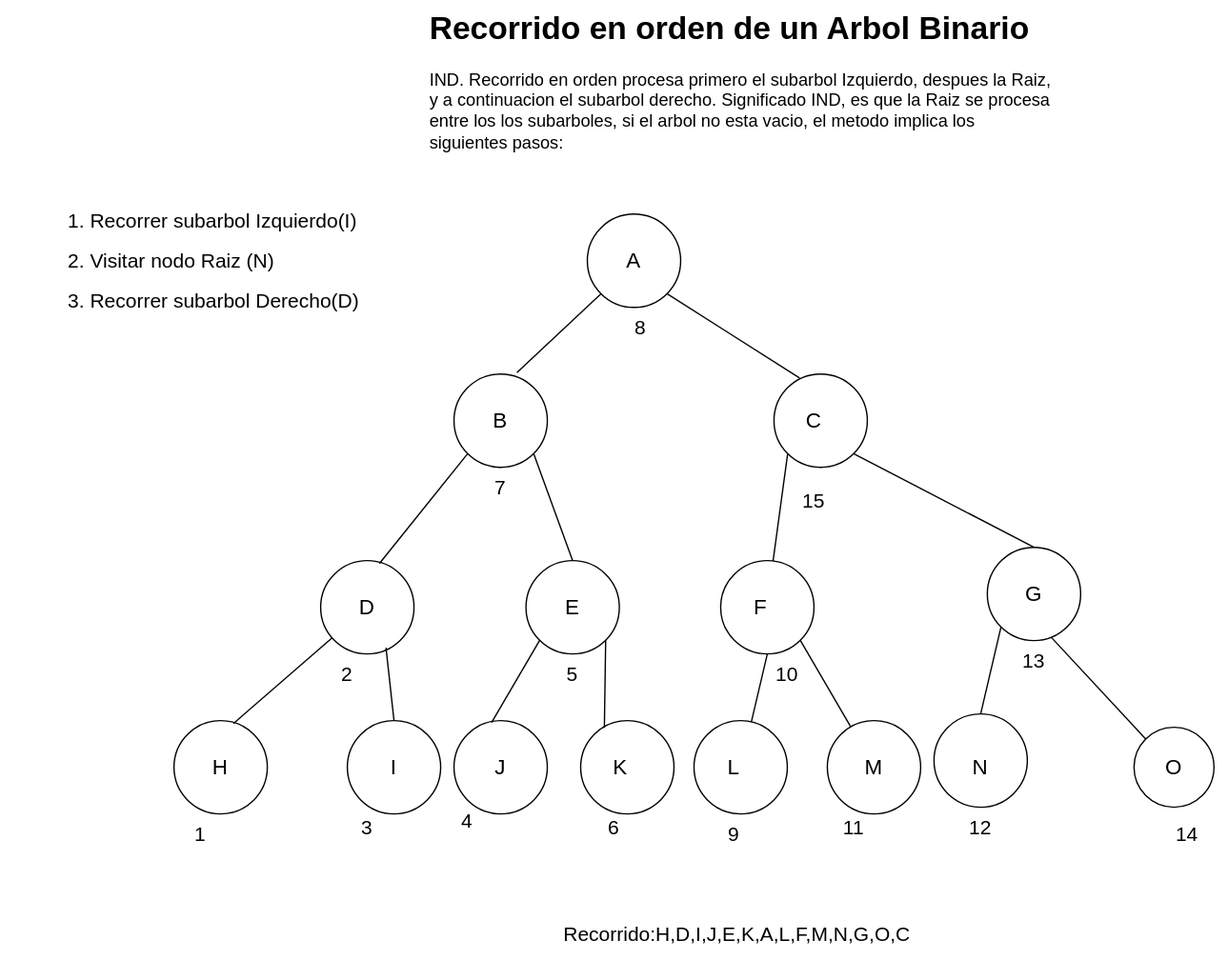
Before: Estructura-de-datos/Arboles/enorden.drawio.svg, a diagram exported from draw.io (Nordcode-cyber/Algoritmos-Estructdatos). Source tidied: cells renumbered, new cells last; positions are measured from the earlier drawing's top-left corner, leaving out a move shared by most shapes.
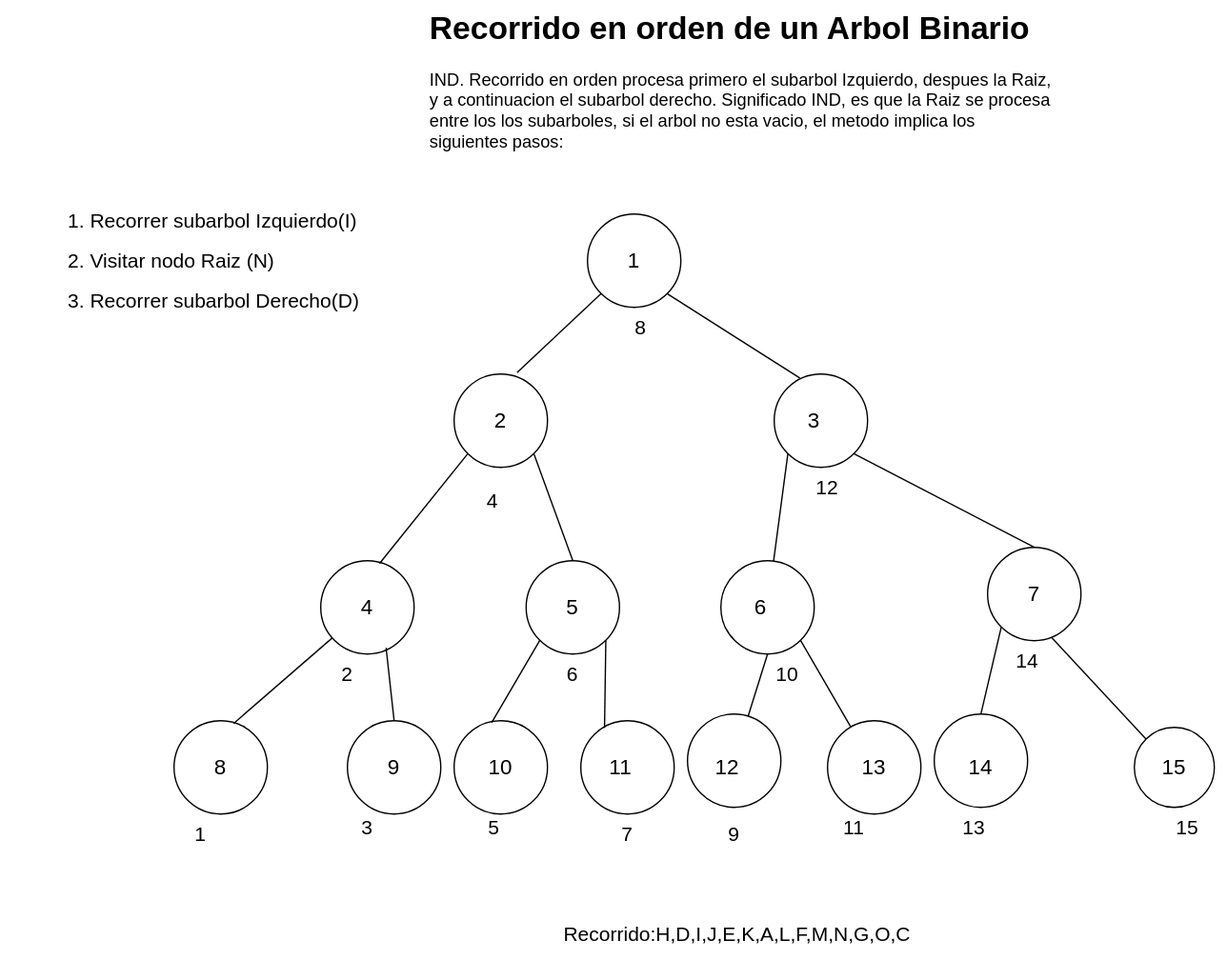
Above is the later version.

What changed in the source:
```diff
@@ -47,25 +47,25 @@
     <mxCell id="16" style="endArrow=none;html=1;exitX=0.5;exitY=0;exitDx=0;exitDy=0;entryX=1;entryY=1;entryDx=0;entryDy=0;" parent="1" edge="1" source="10" target="6">
       <mxGeometry relative="1" as="geometry" />
     </mxCell>
-    <mxCell id="17" value="&lt;font style=&quot;font-size: 16px; color: light-dark(rgb(0, 0, 0), rgb(102, 255, 102));&quot;&gt;A&lt;/font&gt;" style="text;html=1;align=center;verticalAlign=middle;whiteSpace=wrap;rounded=0;" parent="1" vertex="1">
+    <mxCell id="17" value="&lt;font style=&quot;font-size: 16px; color: light-dark(rgb(0, 0, 0), rgb(102, 255, 102));&quot;&gt;1&lt;/font&gt;" style="text;html=1;align=center;verticalAlign=middle;whiteSpace=wrap;rounded=0;" parent="1" vertex="1">
       <mxGeometry x="445" y="180" width="60" height="30" as="geometry" />
     </mxCell>
-    <mxCell id="18" value="&lt;font style=&quot;font-size: 16px; color: light-dark(rgb(0, 0, 0), rgb(102, 255, 102));&quot;&gt;B&lt;/font&gt;" style="text;html=1;align=center;verticalAlign=middle;whiteSpace=wrap;rounded=0;" parent="1" vertex="1">
+    <mxCell id="18" value="&lt;font style=&quot;font-size: 16px; color: light-dark(rgb(0, 0, 0), rgb(102, 255, 102));&quot;&gt;2&lt;/font&gt;" style="text;html=1;align=center;verticalAlign=middle;whiteSpace=wrap;rounded=0;" parent="1" vertex="1">
       <mxGeometry x="345" y="300" width="60" height="30" as="geometry" />
     </mxCell>
-    <mxCell id="19" value="&lt;font style=&quot;font-size: 16px; color: light-dark(rgb(0, 0, 0), rgb(102, 255, 102));&quot;&gt;C&lt;/font&gt;" style="text;html=1;align=center;verticalAlign=middle;whiteSpace=wrap;rounded=0;" parent="1" vertex="1">
+    <mxCell id="19" value="&lt;font style=&quot;font-size: 16px; color: light-dark(rgb(0, 0, 0), rgb(102, 255, 102));&quot;&gt;3&lt;/font&gt;" style="text;html=1;align=center;verticalAlign=middle;whiteSpace=wrap;rounded=0;" parent="1" vertex="1">
       <mxGeometry x="580" y="300" width="60" height="30" as="geometry" />
     </mxCell>
-    <mxCell id="20" value="&lt;font style=&quot;font-size: 16px; color: light-dark(rgb(0, 0, 0), rgb(102, 255, 102));&quot;&gt;D&lt;/font&gt;" style="text;html=1;align=center;verticalAlign=middle;whiteSpace=wrap;rounded=0;" parent="1" vertex="1">
+    <mxCell id="20" value="&lt;font style=&quot;font-size: 16px; color: light-dark(rgb(0, 0, 0), rgb(102, 255, 102));&quot;&gt;4&lt;/font&gt;" style="text;html=1;align=center;verticalAlign=middle;whiteSpace=wrap;rounded=0;" parent="1" vertex="1">
       <mxGeometry x="245" y="440" width="60" height="30" as="geometry" />
     </mxCell>
-    <mxCell id="21" value="&lt;font style=&quot;font-size: 16px; color: light-dark(rgb(0, 0, 0), rgb(102, 255, 102));&quot;&gt;E&lt;/font&gt;" style="text;html=1;align=center;verticalAlign=middle;whiteSpace=wrap;rounded=0;" parent="1" vertex="1">
+    <mxCell id="21" value="&lt;font style=&quot;font-size: 16px; color: light-dark(rgb(0, 0, 0), rgb(102, 255, 102));&quot;&gt;5&lt;/font&gt;" style="text;html=1;align=center;verticalAlign=middle;whiteSpace=wrap;rounded=0;" parent="1" vertex="1">
       <mxGeometry x="399" y="440" width="60" height="30" as="geometry" />
     </mxCell>
-    <mxCell id="22" value="&lt;font style=&quot;font-size: 16px; color: light-dark(rgb(0, 0, 0), rgb(102, 255, 102));&quot;&gt;F&lt;/font&gt;" style="text;html=1;align=center;verticalAlign=middle;whiteSpace=wrap;rounded=0;" parent="1" vertex="1">
+    <mxCell id="22" value="&lt;font style=&quot;font-size: 16px; color: light-dark(rgb(0, 0, 0), rgb(102, 255, 102));&quot;&gt;6&lt;/font&gt;" style="text;html=1;align=center;verticalAlign=middle;whiteSpace=wrap;rounded=0;" parent="1" vertex="1">
       <mxGeometry x="540" y="440" width="60" height="30" as="geometry" />
     </mxCell>
-    <mxCell id="23" value="&lt;font style=&quot;font-size: 16px; color: light-dark(rgb(0, 0, 0), rgb(102, 255, 102));&quot;&gt;G&lt;/font&gt;" style="text;html=1;align=center;verticalAlign=middle;whiteSpace=wrap;rounded=0;" parent="1" vertex="1">
+    <mxCell id="23" value="&lt;font style=&quot;font-size: 16px; color: light-dark(rgb(0, 0, 0), rgb(102, 255, 102));&quot;&gt;7&lt;/font&gt;" style="text;html=1;align=center;verticalAlign=middle;whiteSpace=wrap;rounded=0;" parent="1" vertex="1">
       <mxGeometry x="745" y="430" width="60" height="30" as="geometry" />
     </mxCell>
     <mxCell id="24" value="&lt;font style=&quot;font-size: 15px; color: light-dark(rgb(0, 0, 0), rgb(102, 255, 102));&quot;&gt;Recorrido:H,D,I,J,E,K,A,L,F,M,N,G,O,C&lt;/font&gt;" style="text;html=1;align=center;verticalAlign=middle;whiteSpace=wrap;rounded=0;" parent="1" vertex="1">
@@ -113,34 +113,34 @@
     <mxCell id="38" style="endArrow=none;html=1;entryX=1;entryY=1;entryDx=0;entryDy=0;" parent="1" edge="1" source="29" target="9">
       <mxGeometry relative="1" as="geometry" />
     </mxCell>
-    <mxCell id="39" value="&lt;font style=&quot;font-size: 16px; color: light-dark(rgb(0, 0, 0), rgb(102, 255, 102));&quot;&gt;H&lt;/font&gt;" style="text;html=1;align=center;verticalAlign=middle;whiteSpace=wrap;rounded=0;" parent="1" vertex="1">
+    <mxCell id="39" value="&lt;font style=&quot;font-size: 16px; color: light-dark(rgb(0, 0, 0), rgb(102, 255, 102));&quot;&gt;8&lt;/font&gt;" style="text;html=1;align=center;verticalAlign=middle;whiteSpace=wrap;rounded=0;" parent="1" vertex="1">
       <mxGeometry x="135" y="560" width="60" height="30" as="geometry" />
     </mxCell>
-    <mxCell id="40" value="&lt;font style=&quot;font-size: 16px; color: light-dark(rgb(0, 0, 0), rgb(102, 255, 102));&quot;&gt;I&lt;/font&gt;" style="text;html=1;align=center;verticalAlign=middle;whiteSpace=wrap;rounded=0;" parent="1" vertex="1">
+    <mxCell id="40" value="&lt;font style=&quot;font-size: 16px; color: light-dark(rgb(0, 0, 0), rgb(102, 255, 102));&quot;&gt;9&lt;/font&gt;" style="text;html=1;align=center;verticalAlign=middle;whiteSpace=wrap;rounded=0;" parent="1" vertex="1">
       <mxGeometry x="265" y="560" width="60" height="30" as="geometry" />
     </mxCell>
-    <mxCell id="41" value="&lt;font style=&quot;font-size: 16px; color: light-dark(rgb(0, 0, 0), rgb(102, 255, 102));&quot;&gt;J&lt;/font&gt;" style="text;html=1;align=center;verticalAlign=middle;whiteSpace=wrap;rounded=0;" parent="1" vertex="1">
+    <mxCell id="41" value="&lt;font style=&quot;font-size: 16px; color: light-dark(rgb(0, 0, 0), rgb(102, 255, 102));&quot;&gt;10&lt;/font&gt;" style="text;html=1;align=center;verticalAlign=middle;whiteSpace=wrap;rounded=0;" parent="1" vertex="1">
       <mxGeometry x="345" y="560" width="60" height="30" as="geometry" />
     </mxCell>
-    <mxCell id="42" value="&lt;font style=&quot;font-size: 16px; color: light-dark(rgb(0, 0, 0), rgb(102, 255, 102));&quot;&gt;K&lt;/font&gt;" style="text;html=1;align=center;verticalAlign=middle;whiteSpace=wrap;rounded=0;" parent="1" vertex="1">
+    <mxCell id="42" value="&lt;font style=&quot;font-size: 16px; color: light-dark(rgb(0, 0, 0), rgb(102, 255, 102));&quot;&gt;11&lt;/font&gt;" style="text;html=1;align=center;verticalAlign=middle;whiteSpace=wrap;rounded=0;" parent="1" vertex="1">
       <mxGeometry x="435" y="560" width="60" height="30" as="geometry" />
     </mxCell>
-    <mxCell id="43" value="&lt;font style=&quot;font-size: 16px; color: light-dark(rgb(0, 0, 0), rgb(102, 255, 102));&quot;&gt;L&lt;/font&gt;" style="text;html=1;align=center;verticalAlign=middle;whiteSpace=wrap;rounded=0;" parent="1" vertex="1">
-      <mxGeometry x="520" y="560" width="60" height="30" as="geometry" />
+    <mxCell id="43" value="&lt;font style=&quot;font-size: 16px; color: light-dark(rgb(0, 0, 0), rgb(102, 255, 102));&quot;&gt;12&lt;/font&gt;" style="text;html=1;align=center;verticalAlign=middle;whiteSpace=wrap;rounded=0;" parent="1" vertex="1">
+      <mxGeometry x="515" y="560" width="60" height="30" as="geometry" />
     </mxCell>
-    <mxCell id="44" value="&lt;font style=&quot;font-size: 16px; color: light-dark(rgb(0, 0, 0), rgb(102, 255, 102));&quot;&gt;M&lt;/font&gt;" style="text;html=1;align=center;verticalAlign=middle;whiteSpace=wrap;rounded=0;" parent="1" vertex="1">
+    <mxCell id="44" value="&lt;font style=&quot;font-size: 16px; color: light-dark(rgb(0, 0, 0), rgb(102, 255, 102));&quot;&gt;13&lt;/font&gt;" style="text;html=1;align=center;verticalAlign=middle;whiteSpace=wrap;rounded=0;" parent="1" vertex="1">
       <mxGeometry x="625" y="560" width="60" height="30" as="geometry" />
     </mxCell>
     <mxCell id="45" style="ellipse;whiteSpace=wrap;html=1;fillColor=none;" parent="1" vertex="1">
-      <mxGeometry x="520" y="540" width="70" height="70" as="geometry" />
+      <mxGeometry x="515" y="535" width="70" height="70" as="geometry" />
     </mxCell>
     <mxCell id="46" style="endArrow=none;html=1;entryX=0.5;entryY=1;entryDx=0;entryDy=0;" parent="1" edge="1" source="45" target="9">
       <mxGeometry relative="1" as="geometry" />
     </mxCell>
-    <mxCell id="47" value="&lt;font style=&quot;font-size: 16px; color: light-dark(rgb(0, 0, 0), rgb(102, 255, 102));&quot;&gt;N&lt;/font&gt;" style="text;html=1;align=center;verticalAlign=middle;whiteSpace=wrap;rounded=0;" parent="1" vertex="1">
+    <mxCell id="47" value="&lt;font style=&quot;font-size: 16px; color: light-dark(rgb(0, 0, 0), rgb(102, 255, 102));&quot;&gt;14&lt;/font&gt;" style="text;html=1;align=center;verticalAlign=middle;whiteSpace=wrap;rounded=0;" parent="1" vertex="1">
       <mxGeometry x="705" y="560" width="60" height="30" as="geometry" />
     </mxCell>
-    <mxCell id="48" value="&lt;font style=&quot;font-size: 16px; color: light-dark(rgb(0, 0, 0), rgb(102, 255, 102));&quot;&gt;O&lt;/font&gt;" style="text;html=1;align=center;verticalAlign=middle;whiteSpace=wrap;rounded=0;" parent="1" vertex="1">
+    <mxCell id="48" value="&lt;font style=&quot;font-size: 16px; color: light-dark(rgb(0, 0, 0), rgb(102, 255, 102));&quot;&gt;15&lt;/font&gt;" style="text;html=1;align=center;verticalAlign=middle;whiteSpace=wrap;rounded=0;" parent="1" vertex="1">
       <mxGeometry x="850" y="560" width="60" height="30" as="geometry" />
     </mxCell>
     <mxCell id="49" value="&lt;font style=&quot;color: light-dark(rgb(0, 0, 0), rgb(204, 0, 0)); font-size: 15px;&quot;&gt;1&lt;/font&gt;" style="text;html=1;align=center;verticalAlign=middle;whiteSpace=wrap;rounded=0;" parent="1" vertex="1">
@@ -153,16 +153,16 @@
       <mxGeometry x="245" y="605" width="60" height="30" as="geometry" />
     </mxCell>
     <mxCell id="52" value="&lt;font style=&quot;color: light-dark(rgb(0, 0, 0), rgb(204, 0, 0)); font-size: 15px;&quot;&gt;4&lt;/font&gt;" style="text;html=1;align=center;verticalAlign=middle;whiteSpace=wrap;rounded=0;" parent="1" vertex="1">
-      <mxGeometry x="320" y="600" width="60" height="30" as="geometry" />
+      <mxGeometry x="339" y="360" width="60" height="30" as="geometry" />
     </mxCell>
     <mxCell id="53" value="&lt;font style=&quot;color: light-dark(rgb(0, 0, 0), rgb(204, 0, 0)); font-size: 15px;&quot;&gt;5&lt;/font&gt;" style="text;html=1;align=center;verticalAlign=middle;whiteSpace=wrap;rounded=0;" parent="1" vertex="1">
-      <mxGeometry x="399" y="490" width="60" height="30" as="geometry" />
+      <mxGeometry x="340" y="605" width="60" height="30" as="geometry" />
     </mxCell>
     <mxCell id="54" value="&lt;font style=&quot;color: light-dark(rgb(0, 0, 0), rgb(204, 0, 0)); font-size: 15px;&quot;&gt;6&lt;/font&gt;" style="text;html=1;align=center;verticalAlign=middle;whiteSpace=wrap;rounded=0;" parent="1" vertex="1">
-      <mxGeometry x="430" y="605" width="60" height="30" as="geometry" />
+      <mxGeometry x="399" y="490" width="60" height="30" as="geometry" />
     </mxCell>
     <mxCell id="55" value="&lt;font style=&quot;color: light-dark(rgb(0, 0, 0), rgb(204, 0, 0)); font-size: 15px;&quot;&gt;7&lt;/font&gt;" style="text;html=1;align=center;verticalAlign=middle;whiteSpace=wrap;rounded=0;" parent="1" vertex="1">
-      <mxGeometry x="345" y="350" width="60" height="30" as="geometry" />
+      <mxGeometry x="440" y="610" width="60" height="30" as="geometry" />
     </mxCell>
     <mxCell id="56" value="&lt;font style=&quot;color: light-dark(rgb(0, 0, 0), rgb(204, 0, 0)); font-size: 15px;&quot;&gt;8&lt;/font&gt;" style="text;html=1;align=center;verticalAlign=middle;whiteSpace=wrap;rounded=0;" parent="1" vertex="1">
       <mxGeometry x="450" y="230" width="60" height="30" as="geometry" />
@@ -177,16 +177,16 @@
       <mxGeometry x="610" y="605" width="60" height="30" as="geometry" />
     </mxCell>
     <mxCell id="60" value="&lt;font style=&quot;color: light-dark(rgb(0, 0, 0), rgb(204, 0, 0)); font-size: 15px;&quot;&gt;12&lt;/font&gt;" style="text;html=1;align=center;verticalAlign=middle;whiteSpace=wrap;rounded=0;" parent="1" vertex="1">
-      <mxGeometry x="705" y="605" width="60" height="30" as="geometry" />
+      <mxGeometry x="590" y="350" width="60" height="30" as="geometry" />
     </mxCell>
     <mxCell id="61" value="&lt;font style=&quot;color: light-dark(rgb(0, 0, 0), rgb(204, 0, 0)); font-size: 15px;&quot;&gt;13&lt;/font&gt;" style="text;html=1;align=center;verticalAlign=middle;whiteSpace=wrap;rounded=0;" parent="1" vertex="1">
-      <mxGeometry x="745" y="480" width="60" height="30" as="geometry" />
+      <mxGeometry x="700" y="605" width="60" height="30" as="geometry" />
     </mxCell>
     <mxCell id="62" value="&lt;font style=&quot;color: light-dark(rgb(0, 0, 0), rgb(204, 0, 0)); font-size: 15px;&quot;&gt;14&lt;/font&gt;" style="text;html=1;align=center;verticalAlign=middle;whiteSpace=wrap;rounded=0;" parent="1" vertex="1">
-      <mxGeometry x="860" y="610" width="60" height="30" as="geometry" />
+      <mxGeometry x="740" y="480" width="60" height="30" as="geometry" />
     </mxCell>
     <mxCell id="63" value="&lt;font style=&quot;color: light-dark(rgb(0, 0, 0), rgb(204, 0, 0)); font-size: 15px;&quot;&gt;15&lt;/font&gt;" style="text;html=1;align=center;verticalAlign=middle;whiteSpace=wrap;rounded=0;" parent="1" vertex="1">
-      <mxGeometry x="580" y="360" width="60" height="30" as="geometry" />
+      <mxGeometry x="860" y="605" width="60" height="30" as="geometry" />
     </mxCell>
   </root>
 </mxGraphModel>
```
